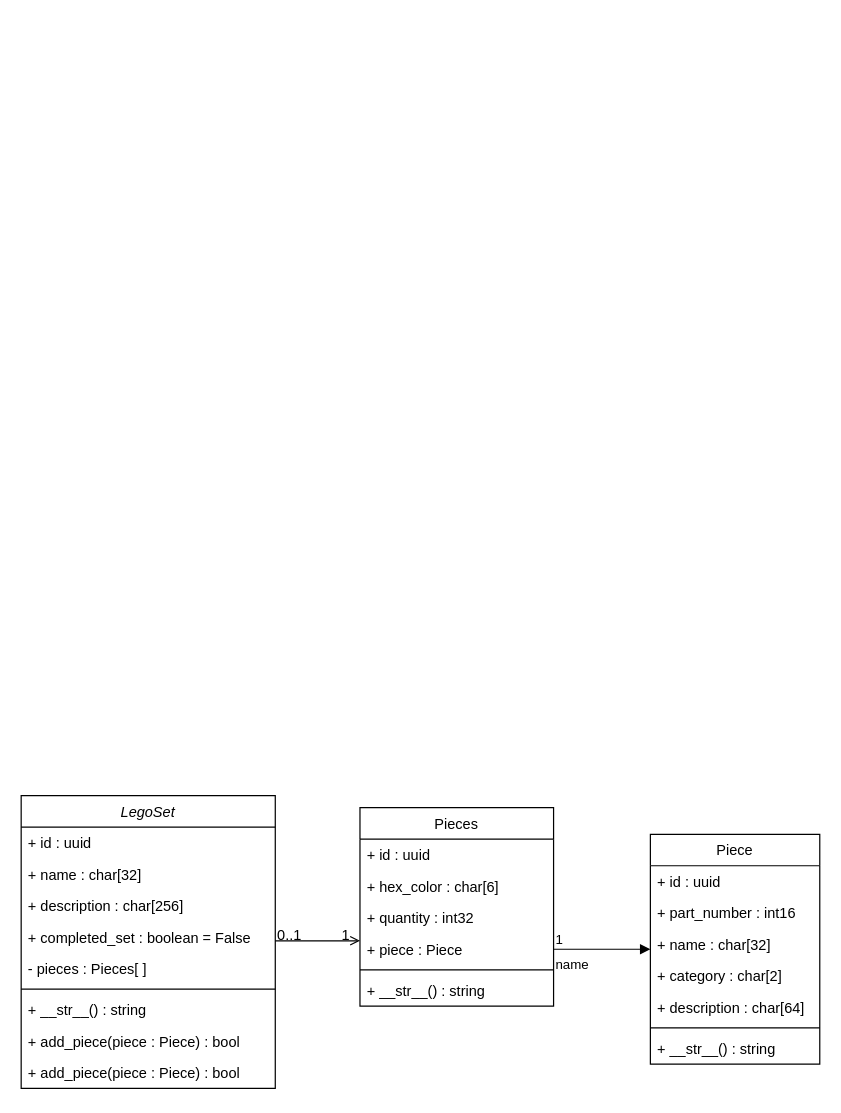
The draw.io diagram docs/Lego_Set_UML.drawio in LilDataMonster/Brixilated-Server, before the edit. Source tidied: cells renumbered, new cells numbered last; positions are measured from the earlier drawing's top-left corner, leaving out a move shared by most shapes. Both pictures are drawn from the tidied source at 121%, with x=0, y=0 at pixel (21, 795).
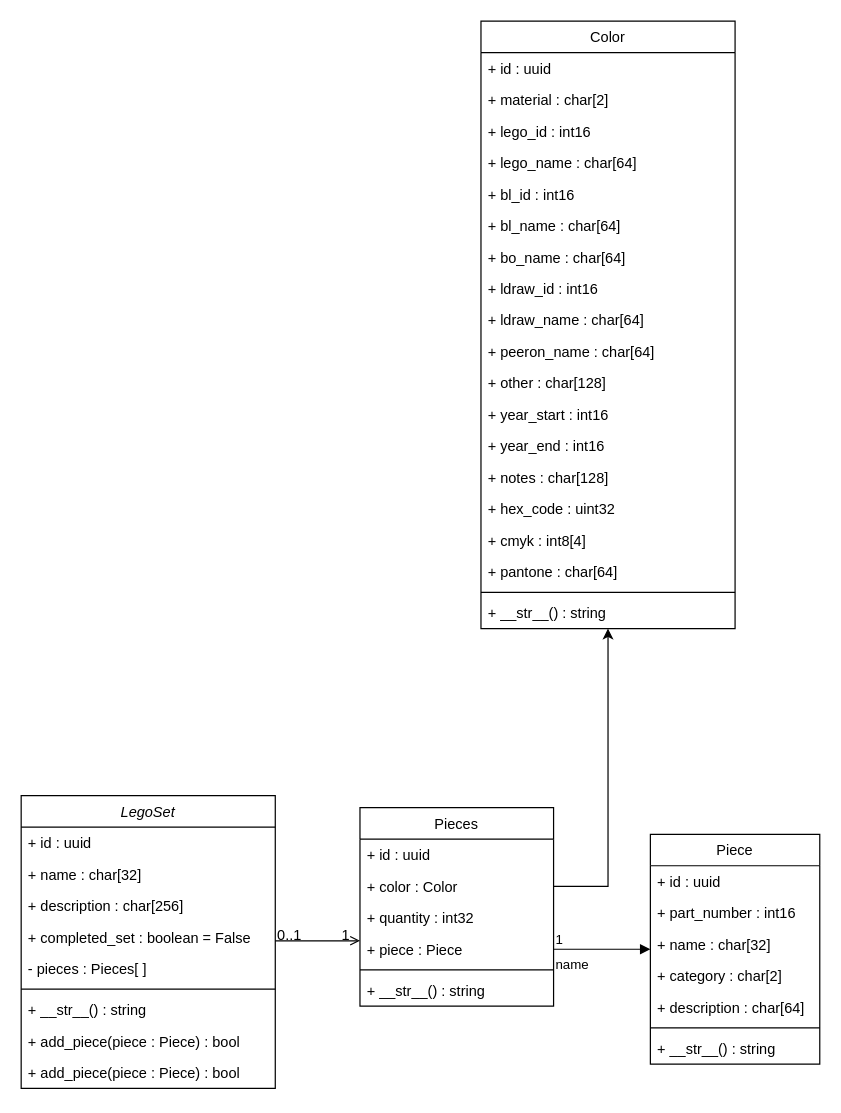
The same diagram, later.

Unchanged cells that the change refers to:
```xml
<mxCell id="12" value="Pieces" style="swimlane;fontStyle=0;align=center;verticalAlign=top;horizontal=1;startSize=26;rounded=0;shadow=0;strokeWidth=1;" parent="1" vertex="1">
  <mxGeometry x="280" y="10" width="160" height="164" as="geometry" />
</mxCell>
```

Diff of the diagram source:
```diff
@@
-    <mxCell id="14" value="+ hex_color : char[6]" style="text;align=left;verticalAlign=top;spacingLeft=4;spacingRight=4;overflow=hidden;points=[[0,0.5],[1,0.5]];portConstraint=eastwest;rounded=0;shadow=0;html=0;" parent="12" vertex="1">
+    <mxCell id="14" value="+ color : Color" style="text;align=left;verticalAlign=top;spacingLeft=4;spacingRight=4;overflow=hidden;points=[[0,0.5],[1,0.5]];portConstraint=eastwest;rounded=0;shadow=0;html=0;" parent="12" vertex="1">
       <mxGeometry y="52" width="160" height="26" as="geometry" />
     </mxCell>
@@
+    <mxCell id="32" value="Color" style="swimlane;fontStyle=0;align=center;verticalAlign=top;horizontal=1;startSize=26;rounded=0;shadow=0;strokeWidth=1;" parent="1" vertex="1">
+      <mxGeometry x="380" y="-640" width="210" height="502" as="geometry" />
+    </mxCell>
+    <mxCell id="33" value="+ id : uuid" style="text;align=left;verticalAlign=top;spacingLeft=4;spacingRight=4;overflow=hidden;" parent="32" vertex="1">
+      <mxGeometry y="26" width="210" height="26" as="geometry" />
+    </mxCell>
+    <mxCell id="34" value="+ material : char[2]" style="text;align=left;verticalAlign=top;spacingLeft=4;spacingRight=4;overflow=hidden;rounded=0;shadow=0;html=0;" parent="32" vertex="1">
+      <mxGeometry y="52" width="210" height="26" as="geometry" />
+    </mxCell>
+    <mxCell id="35" value="+ lego_id : int16" style="text;align=left;verticalAlign=top;spacingLeft=4;spacingRight=4;overflow=hidden;rounded=0;shadow=0;html=0;" parent="32" vertex="1">
+      <mxGeometry y="78" width="210" height="26" as="geometry" />
+    </mxCell>
+    <mxCell id="36" value="+ lego_name : char[64]" style="text;align=left;verticalAlign=top;spacingLeft=4;spacingRight=4;overflow=hidden;rounded=0;shadow=0;html=0;" parent="32" vertex="1">
+      <mxGeometry y="104" width="210" height="26" as="geometry" />
+    </mxCell>
+    <mxCell id="37" value="+ bl_id : int16" style="text;align=left;verticalAlign=top;spacingLeft=4;spacingRight=4;overflow=hidden;rounded=0;shadow=0;html=0;" parent="32" vertex="1">
+      <mxGeometry y="130" width="210" height="26" as="geometry" />
+    </mxCell>
+    <mxCell id="38" value="+ bl_name : char[64]" style="text;align=left;verticalAlign=top;spacingLeft=4;spacingRight=4;overflow=hidden;rounded=0;shadow=0;html=0;" parent="32" vertex="1">
+      <mxGeometry y="156" width="210" height="26" as="geometry" />
+    </mxCell>
+    <mxCell id="39" value="+ bo_name : char[64]" style="text;align=left;verticalAlign=top;spacingLeft=4;spacingRight=4;overflow=hidden;rounded=0;shadow=0;html=0;" parent="32" vertex="1">
+      <mxGeometry y="182" width="210" height="26" as="geometry" />
+    </mxCell>
+    <mxCell id="40" value="+ ldraw_id : int16" style="text;align=left;verticalAlign=top;spacingLeft=4;spacingRight=4;overflow=hidden;rounded=0;shadow=0;html=0;" parent="32" vertex="1">
+      <mxGeometry y="208" width="210" height="26" as="geometry" />
+    </mxCell>
+    <mxCell id="41" value="+ ldraw_name : char[64]" style="text;align=left;verticalAlign=top;spacingLeft=4;spacingRight=4;overflow=hidden;rounded=0;shadow=0;html=0;" parent="32" vertex="1">
+      <mxGeometry y="234" width="210" height="26" as="geometry" />
+    </mxCell>
+    <mxCell id="42" value="+ peeron_name : char[64]" style="text;align=left;verticalAlign=top;spacingLeft=4;spacingRight=4;overflow=hidden;rounded=0;shadow=0;html=0;" parent="32" vertex="1">
+      <mxGeometry y="260" width="210" height="26" as="geometry" />
+    </mxCell>
+    <mxCell id="43" value="+ other : char[128]" style="text;align=left;verticalAlign=top;spacingLeft=4;spacingRight=4;overflow=hidden;rounded=0;shadow=0;html=0;" parent="32" vertex="1">
+      <mxGeometry y="286" width="210" height="26" as="geometry" />
+    </mxCell>
+    <mxCell id="44" value="+ year_start : int16" style="text;align=left;verticalAlign=top;spacingLeft=4;spacingRight=4;overflow=hidden;rounded=0;shadow=0;html=0;" parent="32" vertex="1">
+      <mxGeometry y="312" width="210" height="26" as="geometry" />
+    </mxCell>
+    <mxCell id="45" value="+ year_end : int16" style="text;align=left;verticalAlign=top;spacingLeft=4;spacingRight=4;overflow=hidden;rounded=0;shadow=0;html=0;" parent="32" vertex="1">
+      <mxGeometry y="338" width="210" height="26" as="geometry" />
+    </mxCell>
+    <mxCell id="46" value="+ notes : char[128]" style="text;align=left;verticalAlign=top;spacingLeft=4;spacingRight=4;overflow=hidden;rounded=0;shadow=0;html=0;" parent="32" vertex="1">
+      <mxGeometry y="364" width="210" height="26" as="geometry" />
+    </mxCell>
+    <mxCell id="47" value="+ hex_code : uint32" style="text;align=left;verticalAlign=top;spacingLeft=4;spacingRight=4;overflow=hidden;rounded=0;shadow=0;html=0;" parent="32" vertex="1">
+      <mxGeometry y="390" width="210" height="26" as="geometry" />
+    </mxCell>
+    <mxCell id="48" value="+ cmyk : int8[4]" style="text;align=left;verticalAlign=top;spacingLeft=4;spacingRight=4;overflow=hidden;rounded=0;shadow=0;html=0;" parent="32" vertex="1">
+      <mxGeometry y="416" width="210" height="26" as="geometry" />
+    </mxCell>
+    <mxCell id="49" value="+ pantone : char[64]" style="text;align=left;verticalAlign=top;spacingLeft=4;spacingRight=4;overflow=hidden;rounded=0;shadow=0;html=0;" parent="32" vertex="1">
+      <mxGeometry y="442" width="210" height="26" as="geometry" />
+    </mxCell>
+    <mxCell id="50" style="line;html=1;strokeWidth=1;align=left;verticalAlign=middle;spacingTop=-1;spacingLeft=3;spacingRight=3;labelPosition=right;" parent="32" vertex="1">
+      <mxGeometry y="468" width="210" height="8" as="geometry" />
+    </mxCell>
+    <mxCell id="51" value="+ __str__() : string" style="text;align=left;verticalAlign=top;spacingLeft=4;spacingRight=4;overflow=hidden;" parent="32" vertex="1">
+      <mxGeometry y="476" width="210" height="26" as="geometry" />
+    </mxCell>
+    <mxCell id="52" style="edgeStyle=orthogonalEdgeStyle;rounded=0;jettySize=auto;html=1;exitX=1;exitY=0.5;exitDx=0;exitDy=0;" parent="1" edge="1" source="14" target="32">
+      <mxGeometry relative="1" as="geometry" />
+    </mxCell>
```
